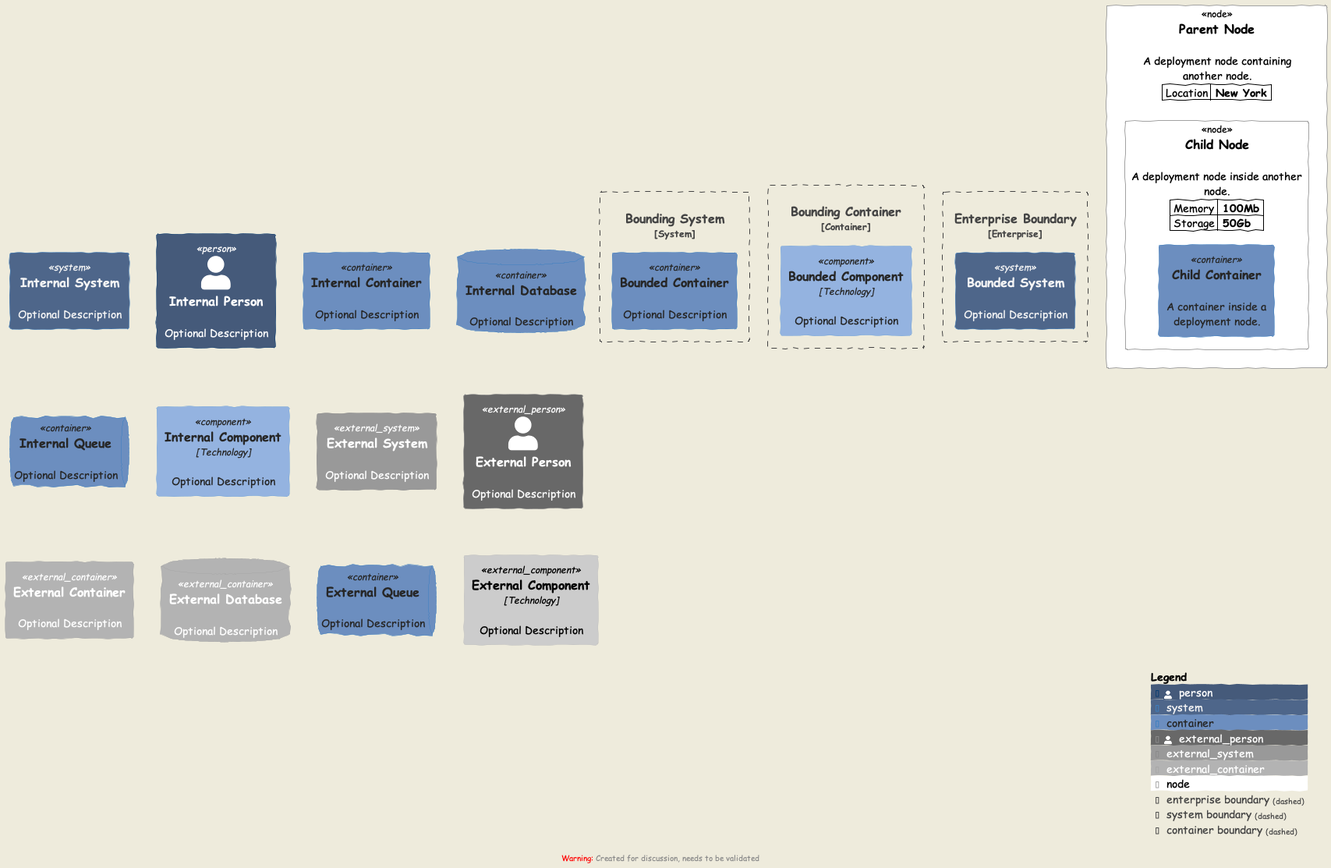
Before: docs/Sketch.png, a diagram exported from PlantUML (haleyrc/c4).
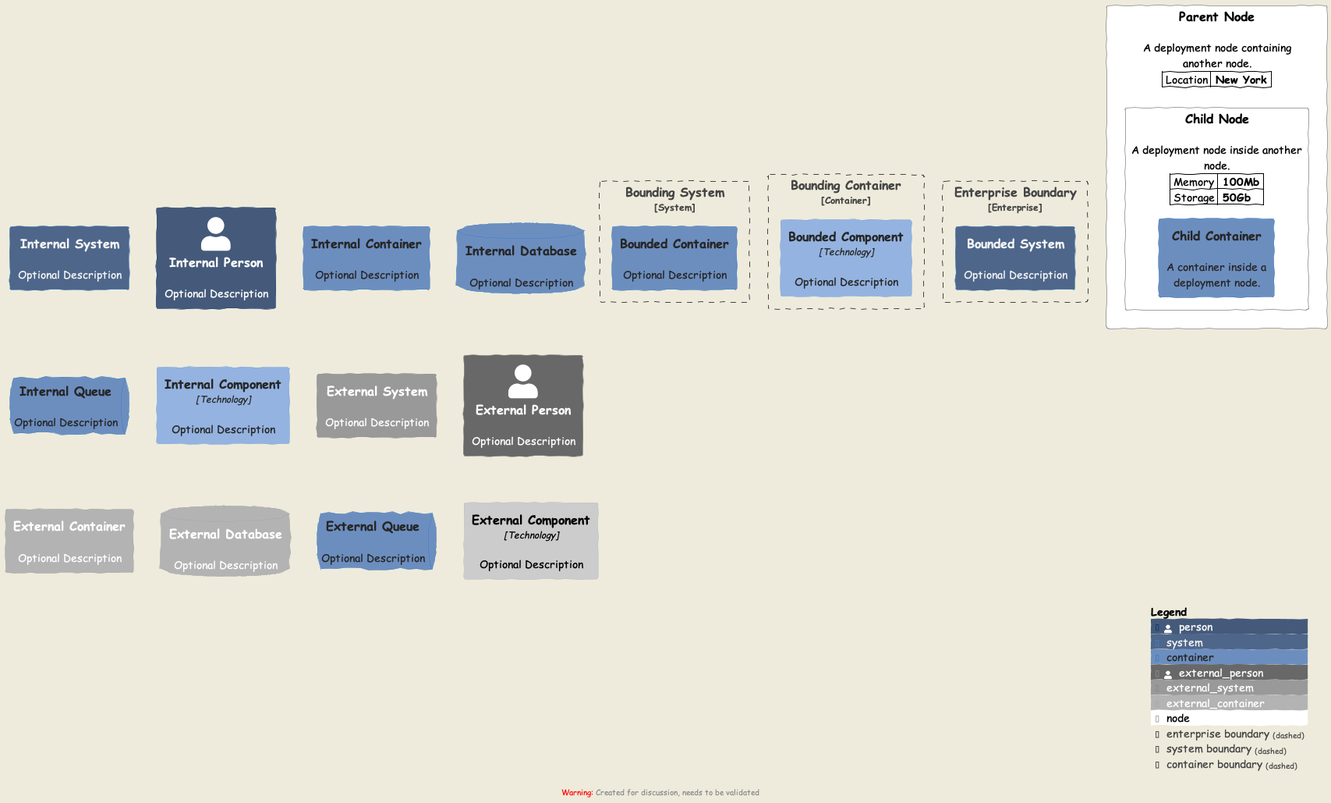
The same diagram one commit later.

Commit message:
feat: Add option to hide element type information (#10)

This commit allows users to optionally hide the type information that
C4-PlantUML puts at the top of every element by default. Since we
hard-coded $hideStereotype=false for the SHOW_LEGEND() command, this is
now the only way to hide that information.

What changed in the source:
```diff
@@ -40,6 +40,8 @@
 	Container(childContainer, "Child Container", "", "A container inside a deployment node.")
 }
 }
+HIDE_STEREOTYPE()
+
 SHOW_LEGEND($hideStereotype=false)
 
 @enduml
```
